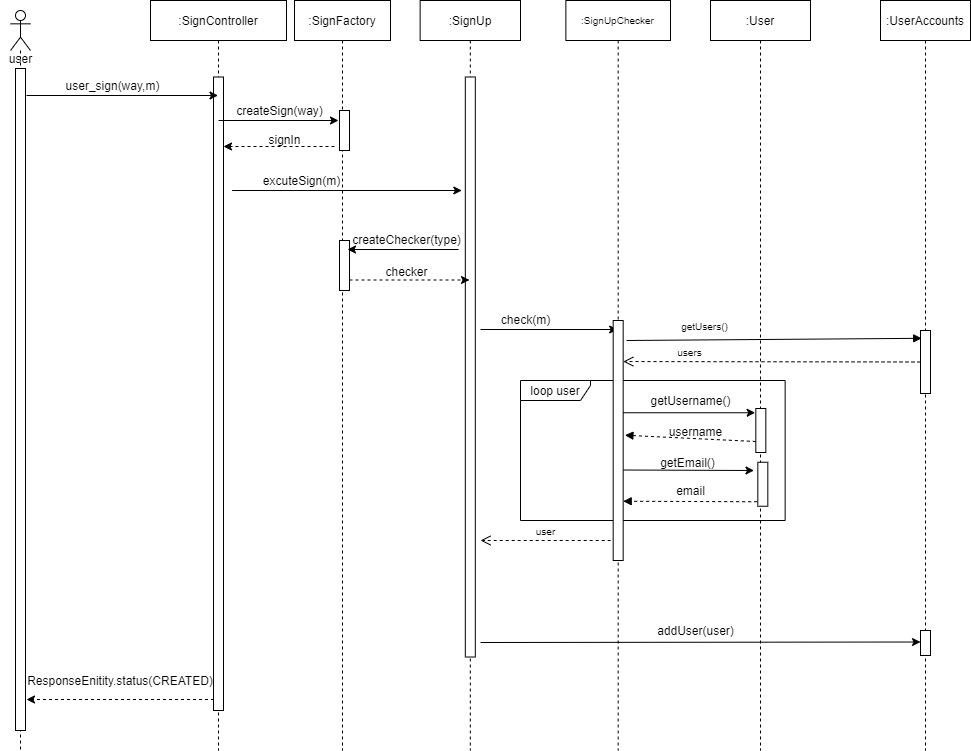
Earlier version of the draw.io export Phase 2/Sequence Diagrams/Sign-Up.png (Sooma-M/PaymentSystem). Source tidied: cells renumbered, new cells last; positions are measured from the earlier drawing's top-left corner, leaving out a move shared by most shapes.
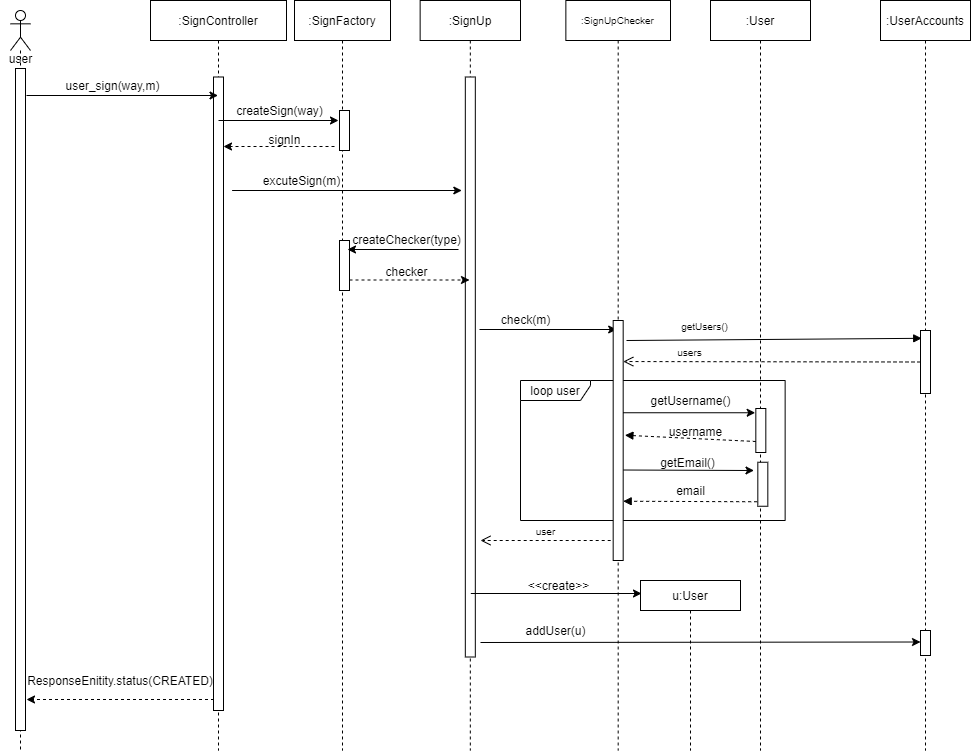
The same file after the commit.

Diff of the diagram source:
```diff
@@ -79,12 +79,13 @@
         <mxPoint x="920" y="641.5" as="targetPoint" />
       </mxGeometry>
     </mxCell>
-    <mxCell id="24" value="addUser(user)" style="text;html=1;align=center;verticalAlign=middle;strokeColor=none;fillColor=none;" parent="1" vertex="1">
-      <mxGeometry x="650" y="620" width="90" height="20" as="geometry" />
+    <mxCell id="24" value="addUser(u)" style="text;html=1;align=center;verticalAlign=middle;strokeColor=none;fillColor=none;" parent="1" vertex="1">
+      <mxGeometry x="515" y="620" width="80" height="20" as="geometry" />
     </mxCell>
-    <mxCell id="25" style="endArrow=classic;html=1;rounded=0;" parent="1" edge="1" target="28">
+    <mxCell id="25" style="endArrow=classic;html=1;rounded=0;" parent="1" edge="1">
       <mxGeometry relative="1" as="geometry">
-        <mxPoint x="480" y="329" as="sourcePoint" />
+        <mxPoint x="479" y="329" as="sourcePoint" />
+        <mxPoint x="616.2" y="329" as="targetPoint" />
       </mxGeometry>
     </mxCell>
     <mxCell id="26" style="shape=umlLifeline;participant=umlActor;perimeter=lifelinePerimeter;whiteSpace=wrap;html=1;verticalAlign=top;spacingTop=36;fontSize=10;size=40;" parent="1" vertex="1">
@@ -185,5 +186,17 @@
     <mxCell id="49" value="ResponseEnitity.status(CREATED)" style="text;html=1;strokeColor=none;fillColor=none;align=center;verticalAlign=middle;whiteSpace=wrap;rounded=0;" parent="1" vertex="1">
       <mxGeometry x="100" y="670" width="40" height="20" as="geometry" />
     </mxCell>
+    <mxCell id="50" value="u:User" style="shape=umlLifeline;perimeter=lifelinePerimeter;whiteSpace=wrap;html=1;size=30;" parent="1" vertex="1">
+      <mxGeometry x="640" y="580" width="100" height="170" as="geometry" />
+    </mxCell>
+    <mxCell id="51" style="endArrow=classic;html=1;rounded=0;" parent="1" edge="1">
+      <mxGeometry relative="1" as="geometry">
+        <mxPoint x="470.3" y="593" as="sourcePoint" />
+        <mxPoint x="641" y="593" as="targetPoint" />
+      </mxGeometry>
+    </mxCell>
+    <mxCell id="52" value="&amp;lt;&amp;lt;create&amp;gt;&amp;gt;" style="text;html=1;align=center;verticalAlign=middle;strokeColor=none;fillColor=none;" parent="1" vertex="1">
+      <mxGeometry x="518" y="575" width="80" height="20" as="geometry" />
+    </mxCell>
   </root>
 </mxGraphModel>
```
